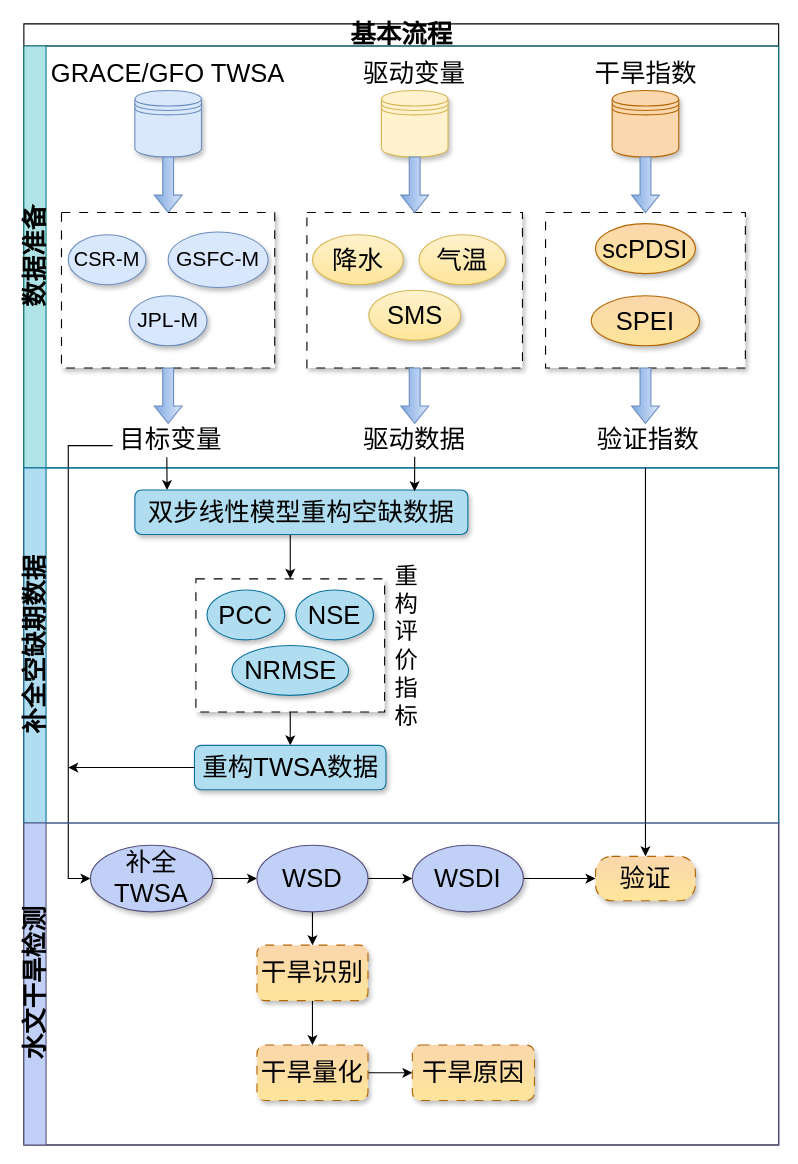
Earlier version of the draw.io diagram Drought_2.drawio (lesmorts/Notes). Source tidied: cells renumbered, new cells numbered last; positions are measured from the earlier drawing's top-left corner, leaving out a move shared by most shapes. Both pictures are drawn from the tidied source at 111%, with x=0, y=0 at pixel (23, 23).
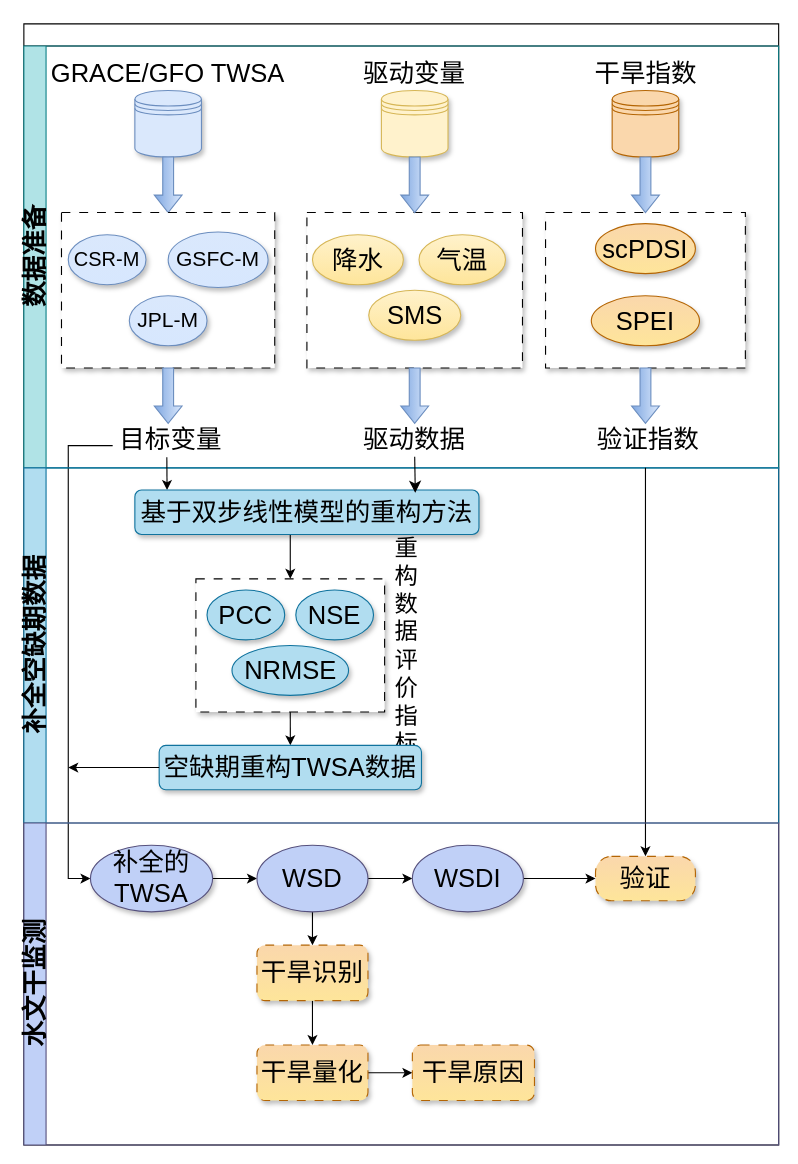
Above is the later version.

Unchanged cells that the change refers to:
```xml
<mxCell id="28" value="驱动数据" style="text;html=1;align=center;verticalAlign=middle;whiteSpace=wrap;rounded=0;fontSize=23;" parent="3" vertex="1">
  <mxGeometry x="301.2" y="340" width="101.8" height="30" as="geometry" />
</mxCell>
<mxCell id="31" value="补全空缺期数据" style="swimlane;startSize=20;horizontal=0;html=1;swimlaneFillColor=none;fillColor=#b1ddf0;strokeColor=#10739e;rounded=0;arcSize=0;shadow=0;fontSize=23;" parent="2" vertex="1">
  <mxGeometry y="400" width="680" height="320" as="geometry" />
</mxCell>
```

Diff of the diagram source:
```diff
@@
-    <mxCell id="2" value="&lt;b style=&quot;font-size: 23px;&quot;&gt;基本流程&lt;/b&gt;" style="swimlane;horizontal=1;startSize=20;html=1;fontSize=23;fontStyle=0;" parent="1" vertex="1">
+    <mxCell id="2" style="swimlane;horizontal=1;startSize=20;html=1;fontSize=23;fontStyle=0;" parent="1" vertex="1">
       <mxGeometry width="680" height="1010" as="geometry" />
     </mxCell>
@@
-    <mxCell id="35" value="双步线性模型重构空缺数据" style="rounded=1;whiteSpace=wrap;html=1;shadow=1;glass=0;fillColor=#b1ddf0;strokeColor=#10739e;fontSize=23;" parent="31" vertex="1">
-      <mxGeometry x="100" y="20" width="300" height="40" as="geometry" />
+    <mxCell id="35" value="基于双步线性模型的重构方法" style="rounded=1;whiteSpace=wrap;html=1;shadow=1;glass=0;fillColor=#b1ddf0;strokeColor=#10739e;fontSize=23;" parent="31" vertex="1">
+      <mxGeometry x="100" y="20" width="310" height="40" as="geometry" />
     </mxCell>
@@
-    <mxCell id="42" value="&lt;div style=&quot;font-size: 21px;&quot;&gt;&lt;span style=&quot;background-color: initial; font-size: 21px;&quot;&gt;重&lt;/span&gt;&lt;br style=&quot;font-size: 21px;&quot;&gt;&lt;/div&gt;&lt;div style=&quot;font-size: 21px;&quot;&gt;&lt;span style=&quot;background-color: initial; font-size: 21px;&quot;&gt;构&lt;/span&gt;&lt;/div&gt;&lt;div style=&quot;font-size: 21px;&quot;&gt;评&lt;/div&gt;&lt;div style=&quot;font-size: 21px;&quot;&gt;价&lt;/div&gt;&lt;div style=&quot;font-size: 21px;&quot;&gt;指&lt;/div&gt;&lt;div style=&quot;font-size: 21px;&quot;&gt;标&lt;/div&gt;" style="text;html=1;align=center;verticalAlign=middle;whiteSpace=wrap;rounded=0;fontSize=21;" parent="31" vertex="1">
+    <mxCell id="42" value="&lt;div style=&quot;font-size: 21px;&quot;&gt;&lt;span style=&quot;background-color: initial; font-size: 21px;&quot;&gt;重&lt;/span&gt;&lt;br style=&quot;font-size: 21px;&quot;&gt;&lt;/div&gt;&lt;div style=&quot;font-size: 21px;&quot;&gt;&lt;span style=&quot;background-color: initial; font-size: 21px;&quot;&gt;构数据&lt;/span&gt;&lt;/div&gt;&lt;div style=&quot;font-size: 21px;&quot;&gt;评&lt;/div&gt;&lt;div style=&quot;font-size: 21px;&quot;&gt;价&lt;/div&gt;&lt;div style=&quot;font-size: 21px;&quot;&gt;指&lt;/div&gt;&lt;div style=&quot;font-size: 21px;&quot;&gt;标&lt;/div&gt;" style="text;html=1;align=center;verticalAlign=middle;whiteSpace=wrap;rounded=0;fontSize=21;" parent="31" vertex="1">
       <mxGeometry x="330" y="80" width="30" height="160" as="geometry" />
     </mxCell>
-    <mxCell id="43" value="重构TWSA数据" style="rounded=1;whiteSpace=wrap;html=1;shadow=1;glass=0;fillColor=#b1ddf0;strokeColor=#10739e;fontSize=23;" parent="31" vertex="1">
-      <mxGeometry x="153.7" y="250" width="172.5" height="40" as="geometry" />
+    <mxCell id="43" value="空缺期重构TWSA数据" style="rounded=1;whiteSpace=wrap;html=1;shadow=1;glass=0;fillColor=#b1ddf0;strokeColor=#10739e;fontSize=23;" parent="31" vertex="1">
+      <mxGeometry x="121.9" y="250" width="236.3" height="40" as="geometry" />
     </mxCell>
-    <mxCell id="44" value="&lt;div style=&quot;font-size: 23px;&quot;&gt;水文干旱检测&lt;/div&gt;" style="swimlane;startSize=20;horizontal=0;html=1;fillColor=#c0d0f7;strokeColor=#56517e;swimlaneLine=1;fontSize=23;" parent="2" vertex="1">
+    <mxCell id="44" value="&lt;div style=&quot;font-size: 23px;&quot;&gt;水文干监测&lt;/div&gt;" style="swimlane;startSize=20;horizontal=0;html=1;fillColor=#c0d0f7;strokeColor=#56517e;swimlaneLine=1;fontSize=23;" parent="2" vertex="1">
       <mxGeometry y="720" width="680" height="290" as="geometry" />
     </mxCell>
@@
-    <mxCell id="47" value="补全TWSA" style="ellipse;whiteSpace=wrap;html=1;fillColor=#c0d0f7;strokeColor=#56517e;align=center;verticalAlign=middle;fontFamily=Helvetica;fontSize=23;shadow=1;fontStyle=0;fontColor=default;" parent="44" vertex="1">
+    <mxCell id="47" value="补全的TWSA" style="ellipse;whiteSpace=wrap;html=1;fillColor=#c0d0f7;strokeColor=#56517e;align=center;verticalAlign=middle;fontFamily=Helvetica;fontSize=23;shadow=1;fontStyle=0;fontColor=default;" parent="44" vertex="1">
       <mxGeometry x="60" y="20" width="110" height="60" as="geometry" />
     </mxCell>
@@
-    <mxCell id="58" style="edgeStyle=orthogonalEdgeStyle;rounded=0;jettySize=auto;html=1;exitX=0.5;exitY=1;exitDx=0;exitDy=0;entryX=0.84;entryY=0.025;entryDx=0;entryDy=0;entryPerimeter=0;" parent="2" edge="1" source="28" target="35">
+    <mxCell id="58" style="edgeStyle=none;curved=1;rounded=0;jettySize=auto;html=1;exitX=0.5;exitY=1;exitDx=0;exitDy=0;entryX=0.815;entryY=0.063;entryDx=0;entryDy=0;entryPerimeter=0;fontSize=12;startSize=8;endSize=8;" parent="2" edge="1" source="28" target="35">
       <mxGeometry relative="1" as="geometry" />
     </mxCell>
```
